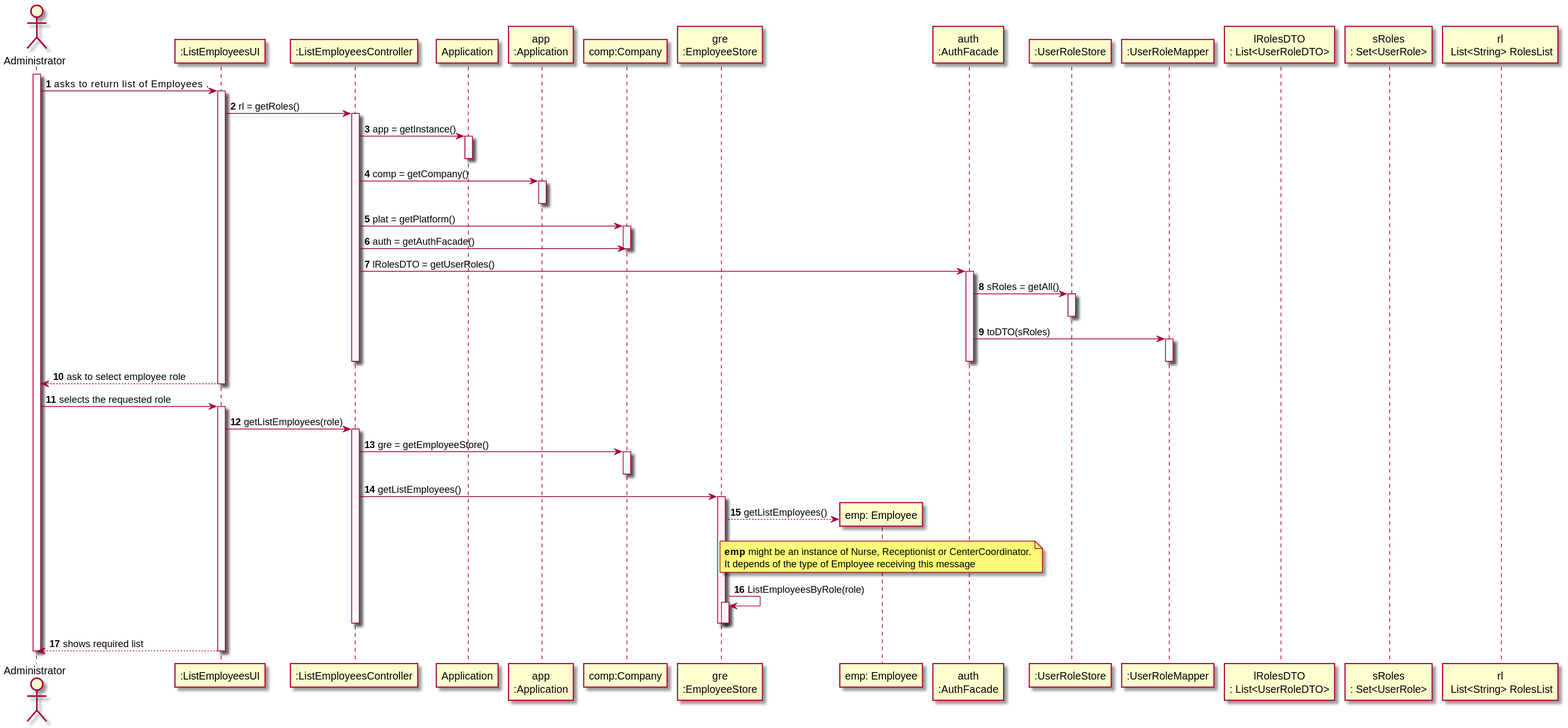
Above: docs/SprintB/UserStories/US11/US11_SD.svg in diogonapoles/isep-lapr2 (PlantUML), before the change.
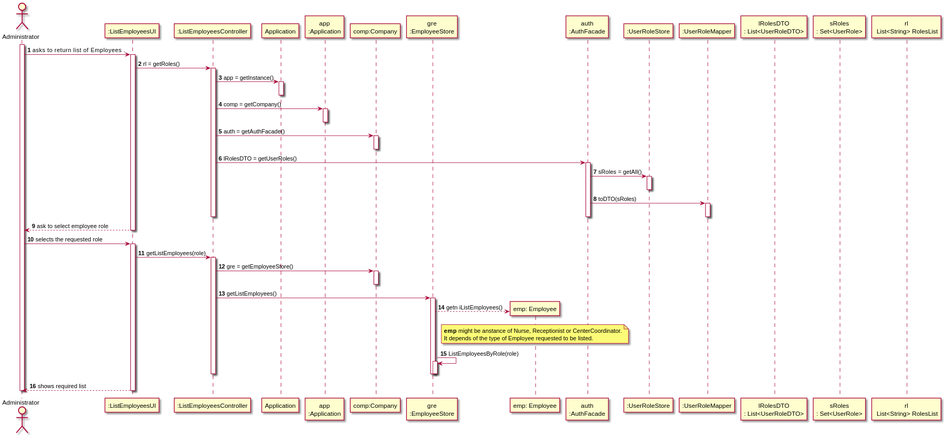
After the commit.

Change to the diagram source:
```diff
@@ -36,10 +36,9 @@
 activate App
 deactivate App
 
-CTRL -> COMP : plat = getPlatform()
-activate COMP
 
 CTRL -> COMP: auth = getAuthFacade()
+activate COMP
 deactivate COMP
 
 CTRL -> AF : lRolesDTO = getUserRoles()
@@ -77,8 +76,8 @@
 activate ES
 
 
-ES --> EMP** : getListEmployees()
-note over EMP : **emp** might be an instance of Nurse, Receptionist or CenterCoordinator.\nIt depends of the type of Employee receiving this message
+ES --> EMP** : getn iListEmployees()
+                                     note over EMP : **emp** might be anstance of Nurse, Receptionist or CenterCoordinator.\nIt depends of the type of Employee requested to be listed.
 
 
 ES -> ES : ListEmployeesByRole(role)
```
